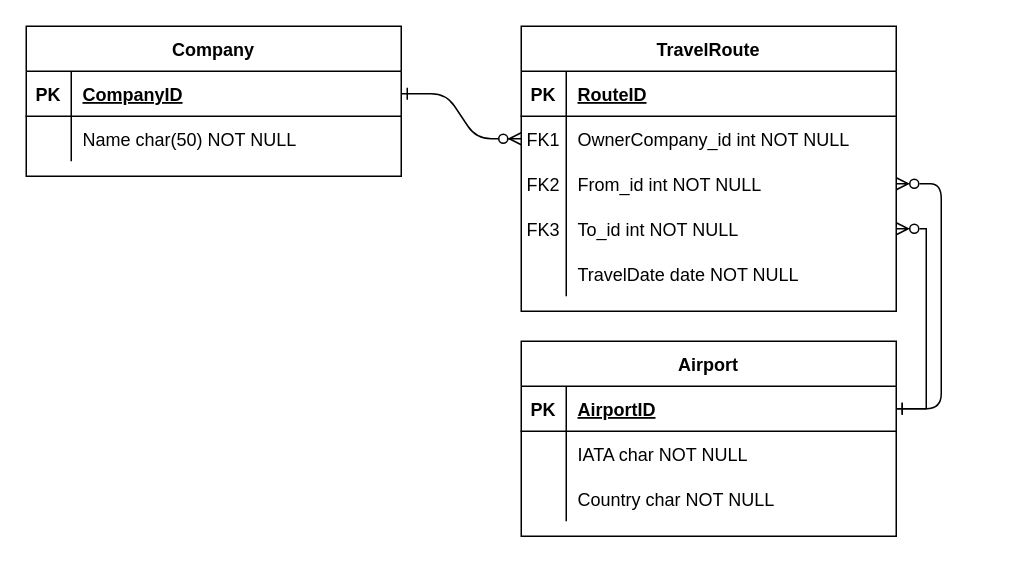
Earlier version of the draw.io diagram Untitled Diagram.drawio (Ravenstories/ORM_DatabaseFirst). Source tidied: cells renumbered, new cells numbered last; positions are measured from the earlier drawing's top-left corner, leaving out a move shared by most shapes. Both pictures are drawn from the tidied source at 150%, with x=0, y=0 at pixel (26, 26).
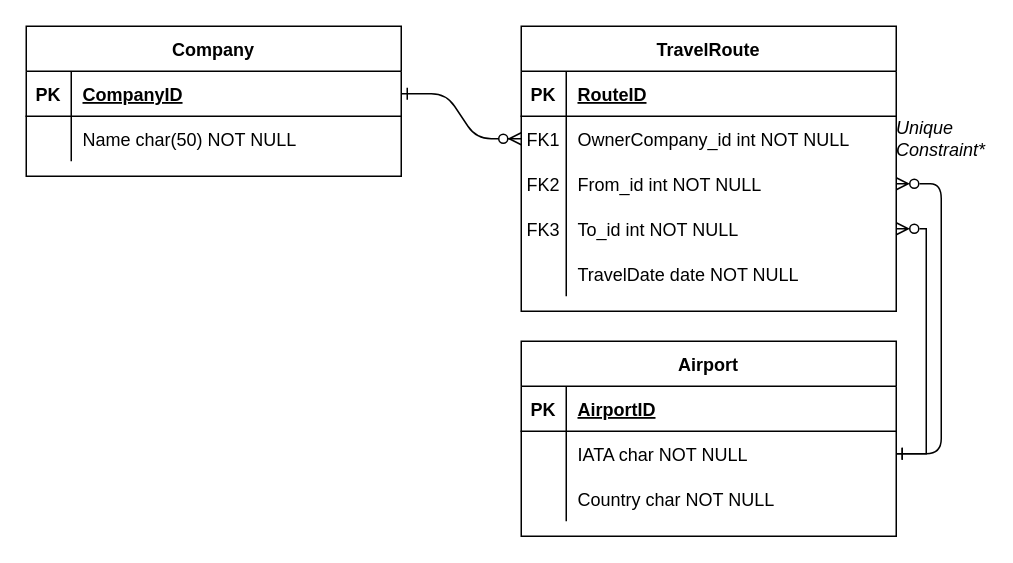
Above is the later version.

Unchanged cells that the change refers to:
```xml
<mxCell id="11" style="shape=partialRectangle;fillColor=none;points=[[0,0.5],[1,0.5]];portConstraint=eastwest;top=0;left=0;right=0;bottom=0;" parent="4" vertex="1">
  <mxGeometry y="90" width="250" height="30" as="geometry" />
</mxCell>
<mxCell id="14" style="shape=partialRectangle;fillColor=none;points=[[0,0.5],[1,0.5]];portConstraint=eastwest;top=0;left=0;right=0;bottom=0;" parent="4" vertex="1">
  <mxGeometry y="120" width="250" height="30" as="geometry" />
</mxCell>
<mxCell id="21" style="shape=partialRectangle;fillColor=none;points=[[0,0.5],[1,0.5]];portConstraint=eastwest;top=0;left=0;right=0;bottom=1;" parent="20" vertex="1">
  <mxGeometry y="30" width="250" height="30" as="geometry" />
</mxCell>
<mxCell id="24" style="shape=partialRectangle;fillColor=none;points=[[0,0.5],[1,0.5]];portConstraint=eastwest;top=0;left=0;right=0;bottom=0;" parent="20" vertex="1">
  <mxGeometry y="60" width="250" height="30" as="geometry" />
</mxCell>
```

Diff of the diagram source:
```diff
@@
-    <mxCell id="3" style="edgeStyle=entityRelationEdgeStyle;endArrow=ERone;startArrow=ERzeroToMany;endFill=0;startFill=0;entryX=1;entryY=0.5;entryDx=0;entryDy=0;exitX=1;exitY=0.5;exitDx=0;exitDy=0;" parent="1" edge="1" source="11" target="21">
+    <mxCell id="3" style="edgeStyle=entityRelationEdgeStyle;endArrow=ERone;startArrow=ERzeroToMany;endFill=0;startFill=0;entryX=1;entryY=0.5;entryDx=0;entryDy=0;exitX=1;exitY=0.5;exitDx=0;exitDy=0;" parent="1" edge="1" source="11" target="24">
       <mxGeometry relative="1" as="geometry" />
     </mxCell>
@@
-    <mxCell id="37" style="edgeStyle=orthogonalEdgeStyle;rounded=0;jettySize=auto;html=1;exitX=1;exitY=0.5;exitDx=0;exitDy=0;entryX=1;entryY=0.5;entryDx=0;entryDy=0;startArrow=ERzeroToMany;startFill=0;endArrow=ERone;endFill=0;" parent="1" edge="1" source="14" target="21">
+    <mxCell id="37" style="edgeStyle=orthogonalEdgeStyle;rounded=0;jettySize=auto;html=1;exitX=1;exitY=0.5;exitDx=0;exitDy=0;entryX=1;entryY=0.5;entryDx=0;entryDy=0;startArrow=ERzeroToMany;startFill=0;endArrow=ERone;endFill=0;" parent="1" edge="1" source="14" target="24">
       <mxGeometry relative="1" as="geometry" />
     </mxCell>
+    <mxCell id="38" value="&lt;div align=&quot;justify&quot;&gt;&lt;i&gt;Unique Constraint*&lt;/i&gt;&lt;br&gt;&lt;/div&gt;" style="text;html=1;strokeColor=none;fillColor=none;align=center;verticalAlign=middle;whiteSpace=wrap;rounded=0;" parent="1" vertex="1">
+      <mxGeometry x="580" y="60" width="60" height="30" as="geometry" />
+    </mxCell>
```
